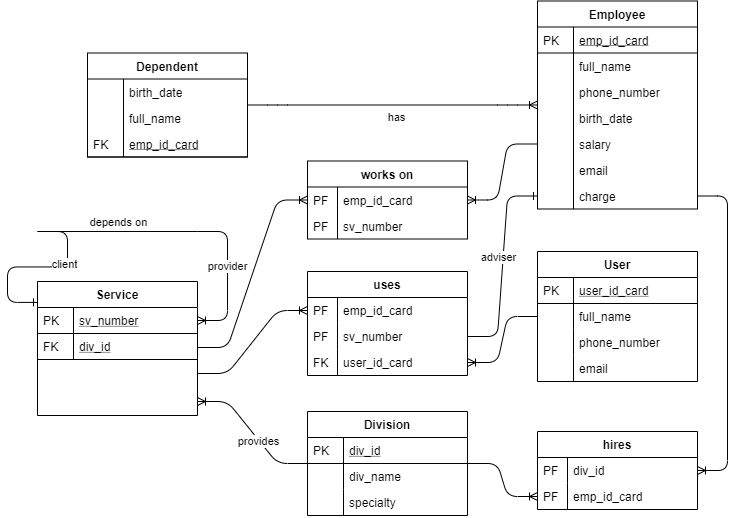
7yrionLannister/information-systems-modeling-wiki keeps this draw.io diagram as imgs/Crow's diagram.png. Above is the earlier version. Source tidied: cells renumbered, new cells last; positions are measured from the earlier drawing's top-left corner, leaving out a move shared by most shapes.
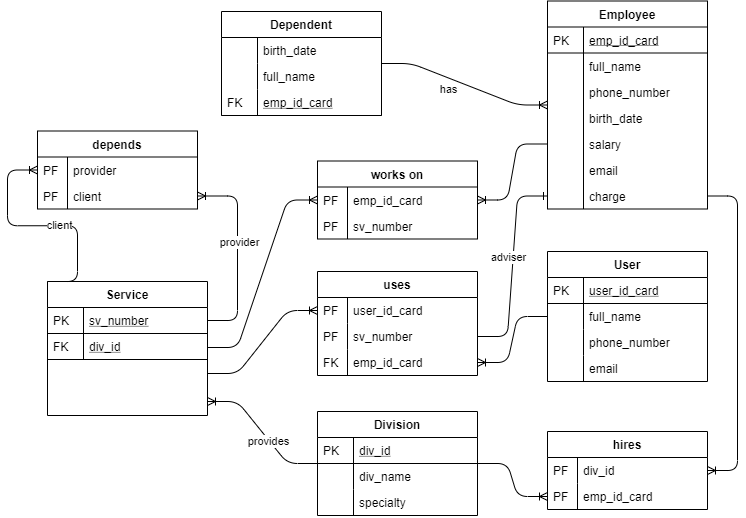
Later version of the same file.

The edit, as a diff of the source:
```diff
@@ -7,28 +7,9 @@
     </mxCell>
     <mxCell id="3" value="has" style="edgeLabel;html=1;align=center;verticalAlign=middle;" parent="2" vertex="1">
       <mxGeometry x="-0.25" y="-8" relative="1" as="geometry">
-        <mxPoint x="39" y="3.5" as="offset" />
+        <mxPoint x="6.3" y="5.8" as="offset" />
       </mxGeometry>
     </mxCell>
-    <mxCell id="4" style="endArrow=none;html=1;rounded=0;" parent="1" edge="1">
-      <mxGeometry relative="1" as="geometry">
-        <mxPoint y="230" as="sourcePoint" />
-        <mxPoint x="160" y="230" as="targetPoint" />
-      </mxGeometry>
-    </mxCell>
-    <mxCell id="5" value="depends on" style="edgeLabel;html=1;align=center;verticalAlign=middle;" parent="4" vertex="1">
-      <mxGeometry x="-0.26" y="-4" relative="1" as="geometry">
-        <mxPoint x="21" y="-14" as="offset" />
-      </mxGeometry>
-    </mxCell>
-    <mxCell id="6" style="edgeStyle=entityRelationEdgeStyle;fontSize=12;html=1;endArrow=ERone;endFill=1;entryX=0;entryY=0.156;entryDx=0;entryDy=0;entryPerimeter=0;" parent="1" edge="1" target="15">
-      <mxGeometry relative="1" as="geometry">
-        <mxPoint y="230" as="sourcePoint" />
-      </mxGeometry>
-    </mxCell>
-    <mxCell id="7" value="client" style="edgeLabel;html=1;align=center;verticalAlign=middle;" parent="6" vertex="1">
-      <mxGeometry x="-0.36" y="-4" relative="1" as="geometry" />
-    </mxCell>
     <mxCell id="8" style="edgeStyle=entityRelationEdgeStyle;fontSize=12;html=1;endArrow=ERoneToMany;" parent="1" edge="1" source="59" target="21">
       <mxGeometry relative="1" as="geometry" />
     </mxCell>
@@ -46,13 +27,13 @@
         <mxPoint y="-39" as="offset" />
       </mxGeometry>
     </mxCell>
-    <mxCell id="13" style="edgeStyle=entityRelationEdgeStyle;fontSize=12;html=1;endArrow=ERoneToMany;" parent="1" edge="1" target="16">
-      <mxGeometry relative="1" as="geometry">
-        <mxPoint x="160" y="230" as="sourcePoint" />
-      </mxGeometry>
+    <mxCell id="13" style="edgeStyle=entityRelationEdgeStyle;fontSize=12;html=1;endArrow=ERoneToMany;" parent="1" edge="1" source="16" target="85">
+      <mxGeometry relative="1" as="geometry" />
     </mxCell>
     <mxCell id="14" value="provider" style="edgeLabel;html=1;align=center;verticalAlign=middle;" parent="13" vertex="1">
-      <mxGeometry x="-0.14" y="-1" relative="1" as="geometry" />
+      <mxGeometry x="-0.14" y="-1" relative="1" as="geometry">
+        <mxPoint y="-25" as="offset" />
+      </mxGeometry>
     </mxCell>
     <mxCell id="15" value="Service" style="swimlane;fontStyle=1;horizontal=1;startSize=26;rounded=0;shadow=0;strokeWidth=1;" parent="1" vertex="1">
       <mxGeometry y="280" width="160" height="134" as="geometry" />
@@ -170,7 +151,7 @@
     <mxCell id="52" value="uses" style="swimlane;fontStyle=1;horizontal=1;startSize=26;rounded=0;shadow=0;strokeWidth=1;" parent="1" vertex="1">
       <mxGeometry x="270" y="270" width="160" height="104" as="geometry" />
     </mxCell>
-    <mxCell id="53" value="emp_id_card" style="shape=partialRectangle;top=0;left=0;right=0;bottom=0;align=left;verticalAlign=top;fillColor=none;spacingLeft=34;spacingRight=4;overflow=hidden;points=[[0,0.5],[1,0.5]];portConstraint=eastwest;fontSize=12;" parent="52" vertex="1">
+    <mxCell id="53" value="user_id_card" style="shape=partialRectangle;top=0;left=0;right=0;bottom=0;align=left;verticalAlign=top;fillColor=none;spacingLeft=34;spacingRight=4;overflow=hidden;points=[[0,0.5],[1,0.5]];portConstraint=eastwest;fontSize=12;" parent="52" vertex="1">
       <mxGeometry y="26" width="160" height="26" as="geometry" />
     </mxCell>
     <mxCell id="54" value="PF" style="shape=partialRectangle;top=0;left=0;bottom=0;fillColor=none;align=left;verticalAlign=top;spacingLeft=4;spacingRight=4;overflow=hidden;fontSize=12;" parent="53" vertex="1">
@@ -182,7 +163,7 @@
     <mxCell id="56" value="PF" style="shape=partialRectangle;top=0;left=0;bottom=0;fillColor=none;align=left;verticalAlign=top;spacingLeft=4;spacingRight=4;overflow=hidden;fontSize=12;" parent="55" vertex="1">
       <mxGeometry width="30" height="26" as="geometry" />
     </mxCell>
-    <mxCell id="57" value="user_id_card" style="shape=partialRectangle;top=0;left=0;right=0;bottom=0;align=left;verticalAlign=top;fillColor=none;spacingLeft=34;spacingRight=4;overflow=hidden;points=[[0,0.5],[1,0.5]];portConstraint=eastwest;fontSize=12;" parent="52" vertex="1">
+    <mxCell id="57" value="emp_id_card" style="shape=partialRectangle;top=0;left=0;right=0;bottom=0;align=left;verticalAlign=top;fillColor=none;spacingLeft=34;spacingRight=4;overflow=hidden;points=[[0,0.5],[1,0.5]];portConstraint=eastwest;fontSize=12;" parent="52" vertex="1">
       <mxGeometry y="78" width="160" height="26" as="geometry" />
     </mxCell>
     <mxCell id="58" value="FK" style="shape=partialRectangle;top=0;left=0;bottom=0;fillColor=none;align=left;verticalAlign=top;spacingLeft=4;spacingRight=4;overflow=hidden;fontSize=12;" parent="57" vertex="1">
@@ -236,8 +217,23 @@
     <mxCell id="74" style="shape=partialRectangle;top=0;left=0;bottom=0;fillColor=none;align=left;verticalAlign=top;spacingLeft=4;spacingRight=4;overflow=hidden;" parent="73" vertex="1">
       <mxGeometry width="36" height="26" as="geometry" />
     </mxCell>
+    <mxCell id="82" value="depends" style="swimlane;fontStyle=1;horizontal=1;startSize=26;rounded=0;shadow=0;strokeWidth=1;" parent="1" vertex="1">
+      <mxGeometry x="-10" y="129.5" width="160" height="78" as="geometry" />
+    </mxCell>
+    <mxCell id="83" value="provider" style="shape=partialRectangle;top=0;left=0;right=0;bottom=0;align=left;verticalAlign=top;fillColor=none;spacingLeft=34;spacingRight=4;overflow=hidden;points=[[0,0.5],[1,0.5]];portConstraint=eastwest;fontSize=12;" parent="82" vertex="1">
+      <mxGeometry y="26" width="160" height="26" as="geometry" />
+    </mxCell>
+    <mxCell id="84" value="PF" style="shape=partialRectangle;top=0;left=0;bottom=0;fillColor=none;align=left;verticalAlign=top;spacingLeft=4;spacingRight=4;overflow=hidden;fontSize=12;" parent="83" vertex="1">
+      <mxGeometry width="30" height="26" as="geometry" />
+    </mxCell>
+    <mxCell id="85" value="client" style="shape=partialRectangle;top=0;left=0;right=0;bottom=0;align=left;verticalAlign=top;fillColor=none;spacingLeft=34;spacingRight=4;overflow=hidden;points=[[0,0.5],[1,0.5]];portConstraint=eastwest;fontSize=12;" parent="82" vertex="1">
+      <mxGeometry y="52" width="160" height="26" as="geometry" />
+    </mxCell>
+    <mxCell id="86" value="PF" style="shape=partialRectangle;top=0;left=0;bottom=0;fillColor=none;align=left;verticalAlign=top;spacingLeft=4;spacingRight=4;overflow=hidden;fontSize=12;" parent="85" vertex="1">
+      <mxGeometry width="30" height="26" as="geometry" />
+    </mxCell>
     <mxCell id="75" value="Dependent" style="swimlane;fontStyle=1;horizontal=1;startSize=26;rounded=0;shadow=0;strokeWidth=1;" parent="1" vertex="1">
-      <mxGeometry x="50" y="51.5" width="160" height="104" as="geometry" />
+      <mxGeometry x="174" y="10" width="160" height="104" as="geometry" />
     </mxCell>
     <mxCell id="76" value="birth_date" style="shape=partialRectangle;top=0;left=0;right=0;bottom=0;align=left;verticalAlign=top;fillColor=none;spacingLeft=40;spacingRight=4;overflow=hidden;rounded=0;shadow=0;strokeWidth=1;" parent="75" vertex="1">
       <mxGeometry y="26" width="160" height="26" as="geometry" />
@@ -257,5 +253,11 @@
     <mxCell id="81" value="FK" style="shape=partialRectangle;top=0;left=0;bottom=0;fillColor=none;align=left;verticalAlign=top;spacingLeft=4;spacingRight=4;overflow=hidden;" parent="80" vertex="1">
       <mxGeometry width="36" height="26" as="geometry" />
     </mxCell>
+    <mxCell id="87" style="edgeStyle=entityRelationEdgeStyle;fontSize=12;html=1;endArrow=ERoneToMany;exitX=0;exitY=0;exitDx=0;exitDy=0;entryX=0;entryY=0.5;entryDx=0;entryDy=0;" parent="1" edge="1" source="15" target="83">
+      <mxGeometry relative="1" as="geometry" />
+    </mxCell>
+    <mxCell id="7" value="client" style="edgeLabel;html=1;align=center;verticalAlign=middle;" parent="87" vertex="1">
+      <mxGeometry x="-0.14" y="-1" relative="1" as="geometry" />
+    </mxCell>
   </root>
 </mxGraphModel>
```
